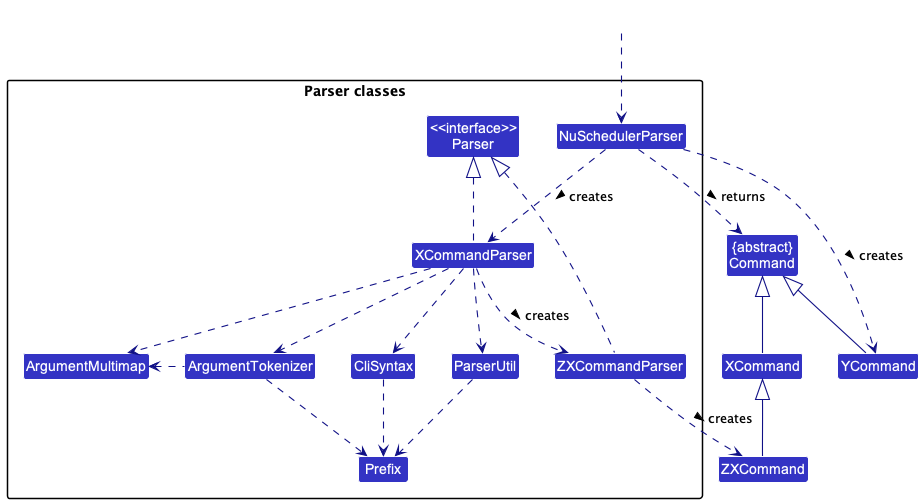
Before: docs/images/ParserClasses.png, a diagram exported from PlantUML (nus-cs2103-AY2223S1/tp). The source it was exported from:
```plantuml
@startuml
!include style.puml
skinparam arrowThickness 1.1
skinparam arrowColor LOGIC_COLOR_T4
skinparam classBackgroundColor LOGIC_COLOR

Class "{abstract}\nCommand" as Command
Class ZXCommand

package "Parser classes"{
Class "<<interface>>\nParser" as Parser
Class NuSchedulerParser
Class XCommandParser
Class CliSyntax
Class ParserUtil
Class ArgumentMultimap
Class ArgumentTokenizer
Class ZXCommandParser
Class Prefix
}

Class HiddenOutside #FFFFFF
HiddenOutside ..> NuSchedulerParser

NuSchedulerParser .down.> XCommandParser: creates >
NuSchedulerParser .down.> YCommand : creates >
XCommandParser ..> ZXCommandParser : creates >
ZXCommandParser ..> ZXCommand : creates >
NuSchedulerParser ..> Command : returns >
XCommandParser .up.|> Parser
ZXCommandParser .up.|> Parser
XCommandParser ..> ArgumentMultimap
XCommandParser ..> ArgumentTokenizer
ArgumentTokenizer .left.> ArgumentMultimap
XCommandParser ..> CliSyntax
CliSyntax ..> Prefix
XCommandParser ..> ParserUtil
ParserUtil .down.> Prefix
ArgumentTokenizer .down.> Prefix
XCommand -up-|> Command
ZXCommand -up-|> XCommand
YCommand -up-|> Command
@enduml
```
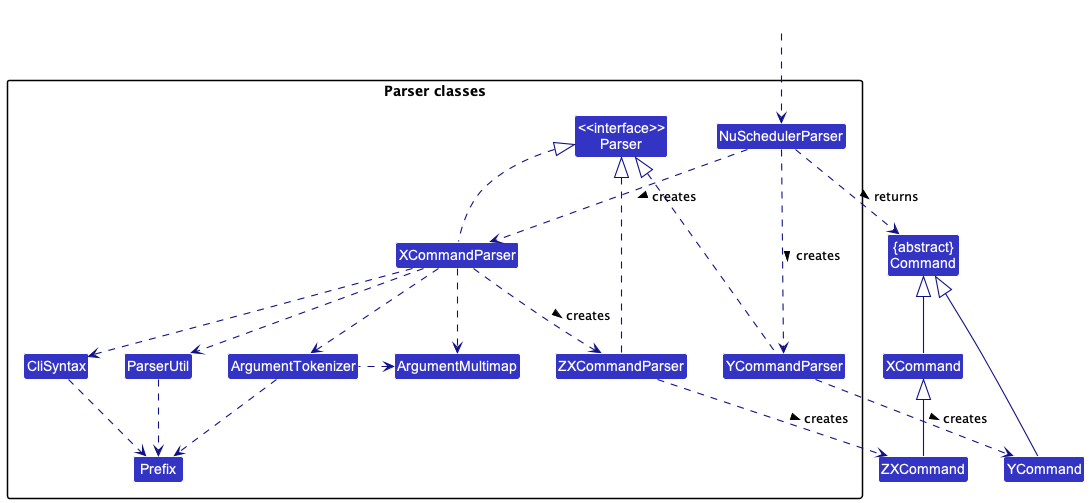
After the commit.

What changed in the source:
```diff
@@ -11,6 +11,7 @@
 Class "<<interface>>\nParser" as Parser
 Class NuSchedulerParser
 Class XCommandParser
+Class YCommandParser
 Class CliSyntax
 Class ParserUtil
 Class ArgumentMultimap
@@ -23,10 +24,12 @@
 HiddenOutside ..> NuSchedulerParser
 
 NuSchedulerParser .down.> XCommandParser: creates >
-NuSchedulerParser .down.> YCommand : creates >
+NuSchedulerParser .down.> YCommandParser : creates >
+YCommandParser ..> YCommand : creates >
 XCommandParser ..> ZXCommandParser : creates >
 ZXCommandParser ..> ZXCommand : creates >
 NuSchedulerParser ..> Command : returns >
+YCommandParser .up..|> Parser
 XCommandParser .up.|> Parser
 ZXCommandParser .up.|> Parser
 XCommandParser ..> ArgumentMultimap
```
